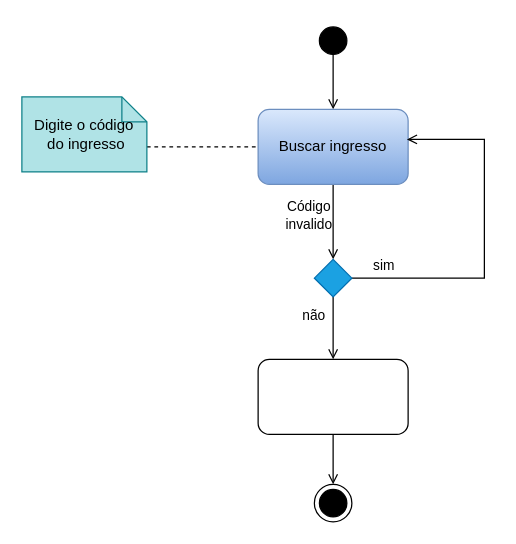
Above: Diagrama de atividades - Buscar ingressos.drawio in JudilenaGalvao/Projeto-POO (draw.io), before the change. Source tidied: cells renumbered, new cells numbered last; positions are measured from the earlier drawing's top-left corner, leaving out a move shared by most shapes. Both pictures are drawn from the tidied source at 125%, with x=0, y=0 at pixel (21, 21).
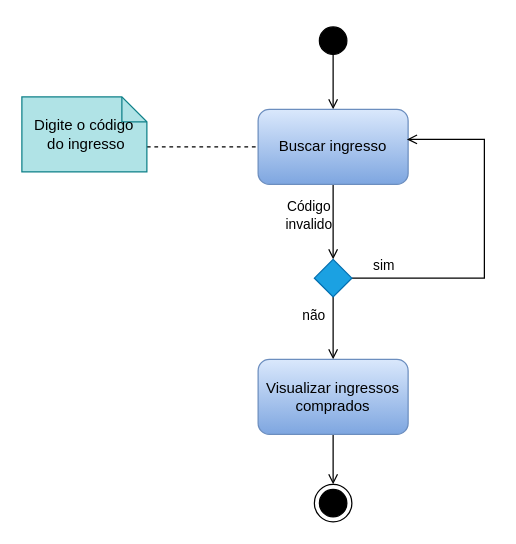
The same page after the edit.

Diff of the diagram source:
```diff
@@
 <mxGraphModel>
   <root>
     <mxCell id="0" />
     <mxCell id="1" parent="0" />
     <mxCell id="2" style="edgeStyle=orthogonalEdgeStyle;rounded=0;jettySize=auto;html=1;exitX=0.5;exitY=0.8;exitDx=0;exitDy=0;entryX=0.5;entryY=0;entryDx=0;entryDy=0;exitPerimeter=0;endArrow=open;endFill=0;" parent="1" edge="1" source="3" target="5">
       <mxGeometry relative="1" as="geometry" />
     </mxCell>
     <mxCell id="3" style="ellipse;html=1;shape=startState;fillColor=#000000;strokeColor=#000000;" parent="1" vertex="1">
       <mxGeometry x="234" width="30" height="30" as="geometry" />
     </mxCell>
     <mxCell id="4" style="edgeStyle=orthogonalEdgeStyle;rounded=0;jettySize=auto;html=1;exitX=0.5;exitY=1;exitDx=0;exitDy=0;entryX=0.5;entryY=0;entryDx=0;entryDy=0;endArrow=open;endFill=0;" parent="1" edge="1" source="5" target="10">
       <mxGeometry relative="1" as="geometry" />
     </mxCell>
     <mxCell id="5" value="Buscar ingresso" style="rounded=1;whiteSpace=wrap;html=1;fillColor=#dae8fc;gradientColor=#7ea6e0;strokeColor=#6c8ebf;" parent="1" vertex="1">
       <mxGeometry x="189" y="70" width="120" height="60" as="geometry" />
     </mxCell>
     <mxCell id="6" style="edgeStyle=orthogonalEdgeStyle;rounded=0;jettySize=auto;html=1;exitX=0;exitY=0;exitDx=100;exitDy=40;exitPerimeter=0;entryX=0;entryY=0.5;entryDx=0;entryDy=0;endArrow=none;endFill=0;dashed=1;" parent="1" edge="1" source="7" target="5">
       <mxGeometry relative="1" as="geometry" />
     </mxCell>
     <mxCell id="7" value="Digite o código&lt;br style=&quot;border-color: var(--border-color);&quot;&gt;&lt;span style=&quot;&quot;&gt;&amp;nbsp;do ingresso&lt;/span&gt;" style="shape=note;size=20;whiteSpace=wrap;html=1;fillColor=#b0e3e6;strokeColor=#0e8088;" parent="1" vertex="1">
       <mxGeometry y="60" width="100" height="60" as="geometry" />
     </mxCell>
     <mxCell id="8" style="edgeStyle=orthogonalEdgeStyle;shape=connector;rounded=0;jettySize=auto;html=1;exitX=1;exitY=0.5;exitDx=0;exitDy=0;entryX=0.992;entryY=0.4;entryDx=0;entryDy=0;entryPerimeter=0;labelBackgroundColor=default;strokeColor=default;fontFamily=Helvetica;fontSize=11;fontColor=default;endArrow=open;endFill=0;" parent="1" edge="1" source="10" target="5">
       <mxGeometry relative="1" as="geometry">
         <Array as="points">
           <mxPoint x="370" y="205" />
           <mxPoint x="370" y="94" />
         </Array>
       </mxGeometry>
     </mxCell>
     <mxCell id="9" style="edgeStyle=orthogonalEdgeStyle;shape=connector;rounded=0;jettySize=auto;html=1;exitX=0.5;exitY=1;exitDx=0;exitDy=0;entryX=0.5;entryY=0;entryDx=0;entryDy=0;labelBackgroundColor=default;strokeColor=default;fontFamily=Helvetica;fontSize=11;fontColor=default;endArrow=open;endFill=0;" parent="1" edge="1" source="10">
       <mxGeometry relative="1" as="geometry">
         <mxPoint x="249" y="270" as="targetPoint" />
       </mxGeometry>
     </mxCell>
     <mxCell id="10" style="rhombus;whiteSpace=wrap;html=1;fillColor=#1ba1e2;strokeColor=#006EAF;fontColor=#ffffff;" parent="1" vertex="1">
       <mxGeometry x="234" y="190" width="30" height="30" as="geometry" />
     </mxCell>
     <mxCell id="11" value="Código invalido" style="text;html=1;strokeColor=none;fillColor=none;align=center;verticalAlign=middle;whiteSpace=wrap;rounded=0;fontSize=11;fontFamily=Helvetica;fontColor=default;" parent="1" vertex="1">
       <mxGeometry x="200" y="140" width="60" height="30" as="geometry" />
     </mxCell>
     <mxCell id="12" value="sim" style="text;html=1;strokeColor=none;fillColor=none;align=center;verticalAlign=middle;whiteSpace=wrap;rounded=0;fontSize=11;fontFamily=Helvetica;fontColor=default;" parent="1" vertex="1">
       <mxGeometry x="260" y="180" width="60" height="30" as="geometry" />
     </mxCell>
     <mxCell id="13" value="não" style="text;html=1;strokeColor=none;fillColor=none;align=center;verticalAlign=middle;whiteSpace=wrap;rounded=0;fontSize=11;fontFamily=Helvetica;fontColor=default;" parent="1" vertex="1">
       <mxGeometry x="204" y="220" width="60" height="30" as="geometry" />
     </mxCell>
     <mxCell id="14" style="ellipse;html=1;shape=endState;fillColor=#000000;strokeColor=#000000;fontFamily=Helvetica;fontSize=11;fontColor=default;direction=south;" parent="1" vertex="1">
       <mxGeometry x="234" y="370" width="30" height="30" as="geometry" />
     </mxCell>
     <mxCell id="15" style="edgeStyle=orthogonalEdgeStyle;rounded=0;jettySize=auto;html=1;exitX=0.5;exitY=1;exitDx=0;exitDy=0;entryX=0;entryY=0.5;entryDx=0;entryDy=0;endArrow=open;endFill=0;" parent="1" edge="1" source="16" target="14">
       <mxGeometry relative="1" as="geometry" />
     </mxCell>
-    <mxCell id="16" style="rounded=1;whiteSpace=wrap;html=1;" parent="1" vertex="1">
+    <mxCell id="16" value="Visualizar ingressos comprados" style="rounded=1;whiteSpace=wrap;html=1;fillColor=#dae8fc;gradientColor=#7ea6e0;strokeColor=#6c8ebf;" parent="1" vertex="1">
       <mxGeometry x="189" y="270" width="120" height="60" as="geometry" />
     </mxCell>
   </root>
 </mxGraphModel>
```
